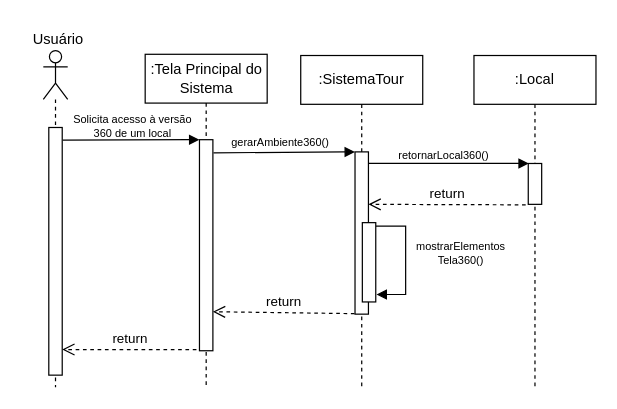
This is DiagramaDeSequencia-AcessarAbaFeedback.drawio from Gigagiga1234/Tour-Virtual, a draw.io file, before an edit. Source tidied: cells renumbered, new cells numbered last; positions are measured from the earlier drawing's top-left corner, leaving out a move shared by most shapes. Both pictures are drawn from the tidied source at 122%, with x=0, y=0 at pixel (21, 21).
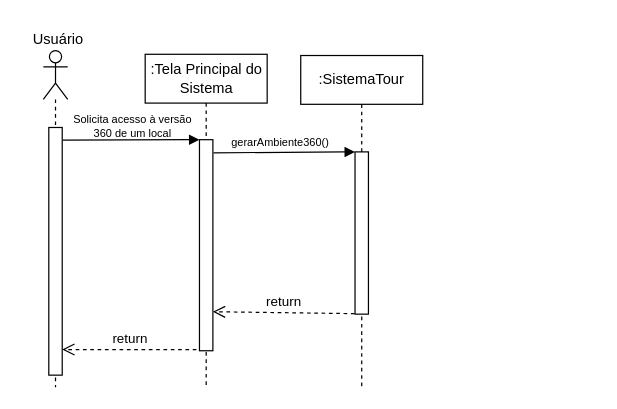
The same page after the edit.

Change to the diagram source:
```diff
@@
-    <mxCell id="15" value="retornarLocal360()" style="text;html=1;align=center;verticalAlign=middle;strokeColor=none;fillColor=none;fontSize=9;" parent="1" vertex="1">
-      <mxGeometry x="296" y="100" width="100" height="20" as="geometry" />
-    </mxCell>
-    <mxCell id="16" value="return" style="html=1;verticalAlign=bottom;endArrow=open;dashed=1;endSize=8;curved=0;rounded=0;entryX=1.01;entryY=0.365;entryDx=0;entryDy=0;entryPerimeter=0;" parent="1" edge="1">
-      <mxGeometry relative="1" as="geometry">
-        <mxPoint x="413.4" y="150.4" as="sourcePoint" />
-        <mxPoint x="284.5" y="150" as="targetPoint" />
-      </mxGeometry>
-    </mxCell>
-    <mxCell id="17" value=":Local" style="shape=umlLifeline;perimeter=lifelinePerimeter;whiteSpace=wrap;html=1;newEdgeStyle={&quot;curved&quot;:0,&quot;rounded&quot;:0};" parent="1" vertex="1">
-      <mxGeometry x="371" y="28" width="100" height="272" as="geometry" />
-    </mxCell>
-    <mxCell id="18" style="html=1;align=left;spacingLeft=2;endArrow=block;rounded=0;edgeStyle=elbowEdgeStyle;rounded=0;exitX=1.089;exitY=0.74;exitDx=0;exitDy=0;exitPerimeter=0;entryX=1.054;entryY=0.906;entryDx=0;entryDy=0;entryPerimeter=0;" parent="1" edge="1" target="20">
-      <mxGeometry x="-0.17" y="30" relative="1" as="geometry">
-        <mxPoint x="290.5" y="167.9" as="sourcePoint" />
-        <Array as="points">
-          <mxPoint x="315" y="180.1" />
-        </Array>
-      </mxGeometry>
-    </mxCell>
-    <mxCell id="19" value="&lt;div&gt;mostrarElementos&lt;/div&gt;&lt;div&gt;Tela360()&lt;/div&gt;" style="text;html=1;align=center;verticalAlign=middle;strokeColor=none;fillColor=none;fontSize=9;" parent="1" vertex="1">
-      <mxGeometry x="310" y="170" width="100" height="40" as="geometry" />
-    </mxCell>
-    <mxCell id="20" style="rounded=0;whiteSpace=wrap;html=1;" parent="1" vertex="1">
-      <mxGeometry x="279.5" y="165" width="11" height="65" as="geometry" />
-    </mxCell>
-    <mxCell id="21" style="rounded=0;whiteSpace=wrap;html=1;" parent="1" vertex="1">
-      <mxGeometry x="415.5" y="116.5" width="11" height="33.5" as="geometry" />
-    </mxCell>
-    <mxCell id="22" style="endArrow=block;html=1;rounded=0;entryX=0;entryY=0;entryDx=0;entryDy=0;endFill=1;exitX=0.998;exitY=0.031;exitDx=0;exitDy=0;exitPerimeter=0;" parent="1" edge="1">
-      <mxGeometry relative="1" as="geometry">
-        <mxPoint x="284.5" y="116.5" as="sourcePoint" />
-        <mxPoint x="416" y="116.5" as="targetPoint" />
-      </mxGeometry>
-    </mxCell>
```
